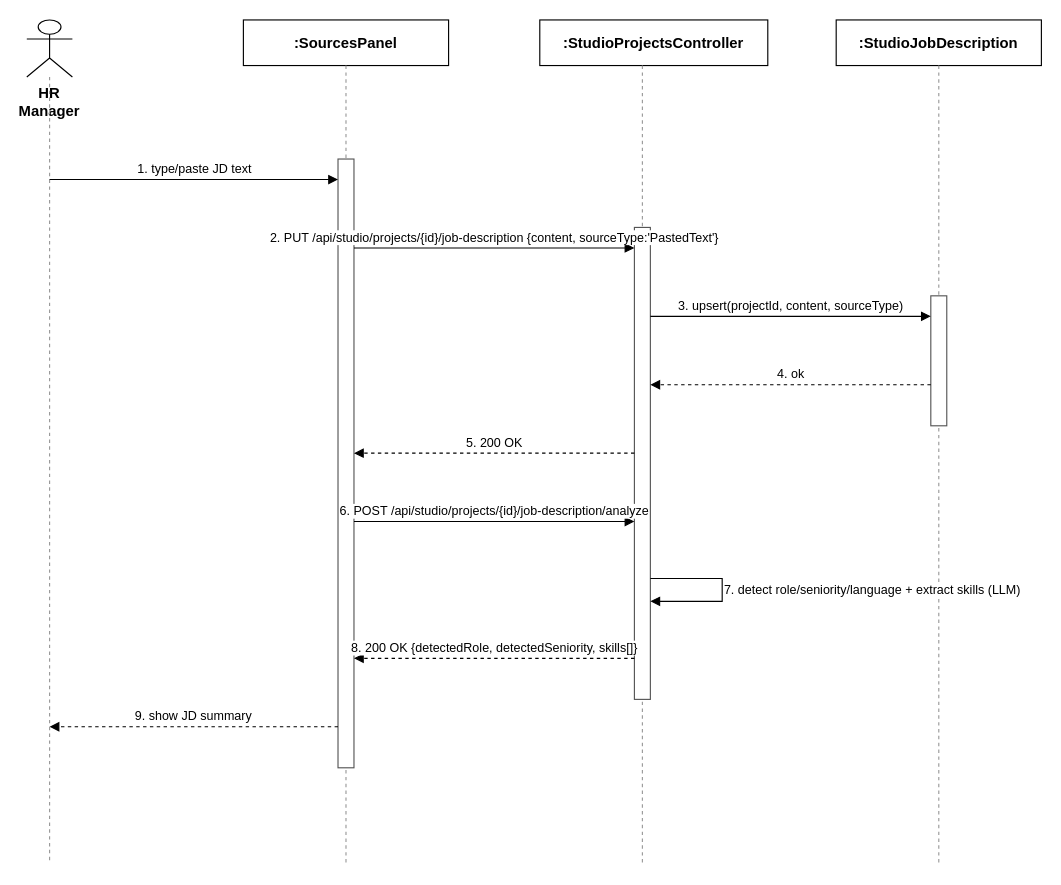
tulklk/AI_Interview_Question_Generation_RAG_LLM_FE keeps this draw.io diagram as docs/qa/SequenceDiagram/01_JobDescriptionManagement_CreateJD_Text.drawio. Above is the earlier version. Source tidied: cells renumbered, new cells numbered last; positions are measured from the earlier drawing's top-left corner, leaving out a move shared by most shapes. Both pictures are drawn from the tidied source at 114%, with x=0, y=0 at pixel (26, 19).
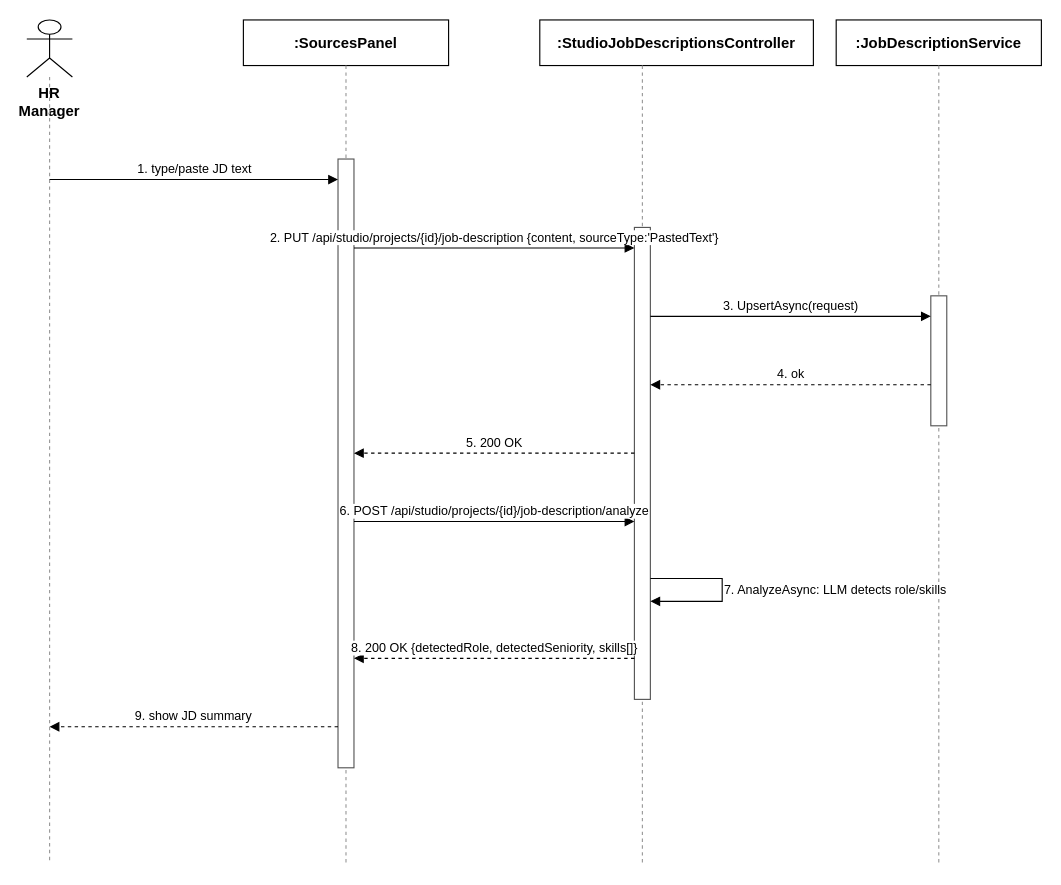
The same diagram, later.

Commit message (it also covers changes not shown here):
docs(qa): correct JD Management and Knowledge Base diagrams against real BE service classes

Change to the diagram source:
```diff
@@
-    <mxCell id="6" value=":StudioProjectsController" style="rounded=0;whiteSpace=wrap;html=1;fontSize=13;fillColor=#ffffff;strokeColor=#000000;fontStyle=1;" parent="1" vertex="1">
-      <mxGeometry x="450" width="200" height="40" as="geometry" />
+    <mxCell id="6" value=":StudioJobDescriptionsController" style="rounded=0;whiteSpace=wrap;html=1;fontSize=13;fillColor=#ffffff;strokeColor=#000000;fontStyle=1;" parent="1" vertex="1">
+      <mxGeometry x="450" width="240" height="40" as="geometry" />
     </mxCell>
@@
-    <mxCell id="8" value=":StudioJobDescription" style="rounded=0;whiteSpace=wrap;html=1;fontSize=13;fillColor=#ffffff;strokeColor=#000000;fontStyle=1;" parent="1" vertex="1">
+    <mxCell id="8" value=":JobDescriptionService" style="rounded=0;whiteSpace=wrap;html=1;fontSize=13;fillColor=#ffffff;strokeColor=#000000;fontStyle=1;" parent="1" vertex="1">
       <mxGeometry x="710" width="180" height="40" as="geometry" />
     </mxCell>
@@
-    <mxCell id="15" value="3. upsert(projectId, content, sourceType)" style="endArrow=block;endFill=1;html=1;fontSize=11;align=center;verticalAlign=bottom;labelBackgroundColor=#ffffff;strokeColor=#000000;" parent="1" edge="1">
+    <mxCell id="15" value="3. UpsertAsync(request)" style="endArrow=block;endFill=1;html=1;fontSize=11;align=center;verticalAlign=bottom;labelBackgroundColor=#ffffff;strokeColor=#000000;" parent="1" edge="1">
       <mxGeometry relative="1" as="geometry">
         <mxPoint x="547" y="260" as="sourcePoint" />
         <mxPoint x="793" y="260" as="targetPoint" />
       </mxGeometry>
     </mxCell>
@@
-    <mxCell id="19" value="7. detect role/seniority/language + extract skills (LLM)" style="endArrow=block;endFill=1;html=1;fontSize=11;align=left;verticalAlign=middle;labelBackgroundColor=#ffffff;rounded=0;strokeColor=#000000;" parent="1" edge="1">
+    <mxCell id="19" value="7. AnalyzeAsync: LLM detects role/skills" style="endArrow=block;endFill=1;html=1;fontSize=11;align=left;verticalAlign=middle;labelBackgroundColor=#ffffff;rounded=0;strokeColor=#000000;" parent="1" edge="1">
       <mxGeometry relative="1" as="geometry">
         <mxPoint x="547" y="490" as="sourcePoint" />
         <mxPoint x="547" y="510" as="targetPoint" />
         <Array as="points">
           <mxPoint x="610" y="490" />
           <mxPoint x="610" y="510" />
         </Array>
       </mxGeometry>
     </mxCell>
```
